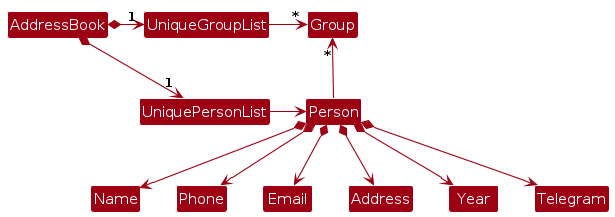
tohlh/tp keeps this PlantUML diagram as diagrams/BetterModelClassDiagram.png. Above is the earlier version. Its source is kept beside it as diagrams/BetterModelClassDiagram.puml.
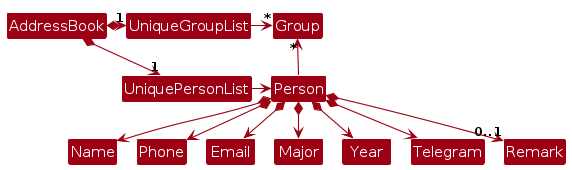
The same diagram one commit later.

The edit, as a diff of the source:
```diff
@@ -1,4 +1,5 @@
 @startuml
+!pragma layout smetana
 !include style.puml
 skinparam arrowThickness 1.1
 skinparam arrowColor MODEL_COLOR
@@ -17,7 +18,8 @@
 Person *--> Name
 Person *--> Phone
 Person *--> Email
-Person *--> Address
+Person *--> Major
 Person *--> Year
 Person *--> Telegram
+Person *--> "0..1" Remark
 @enduml
```
